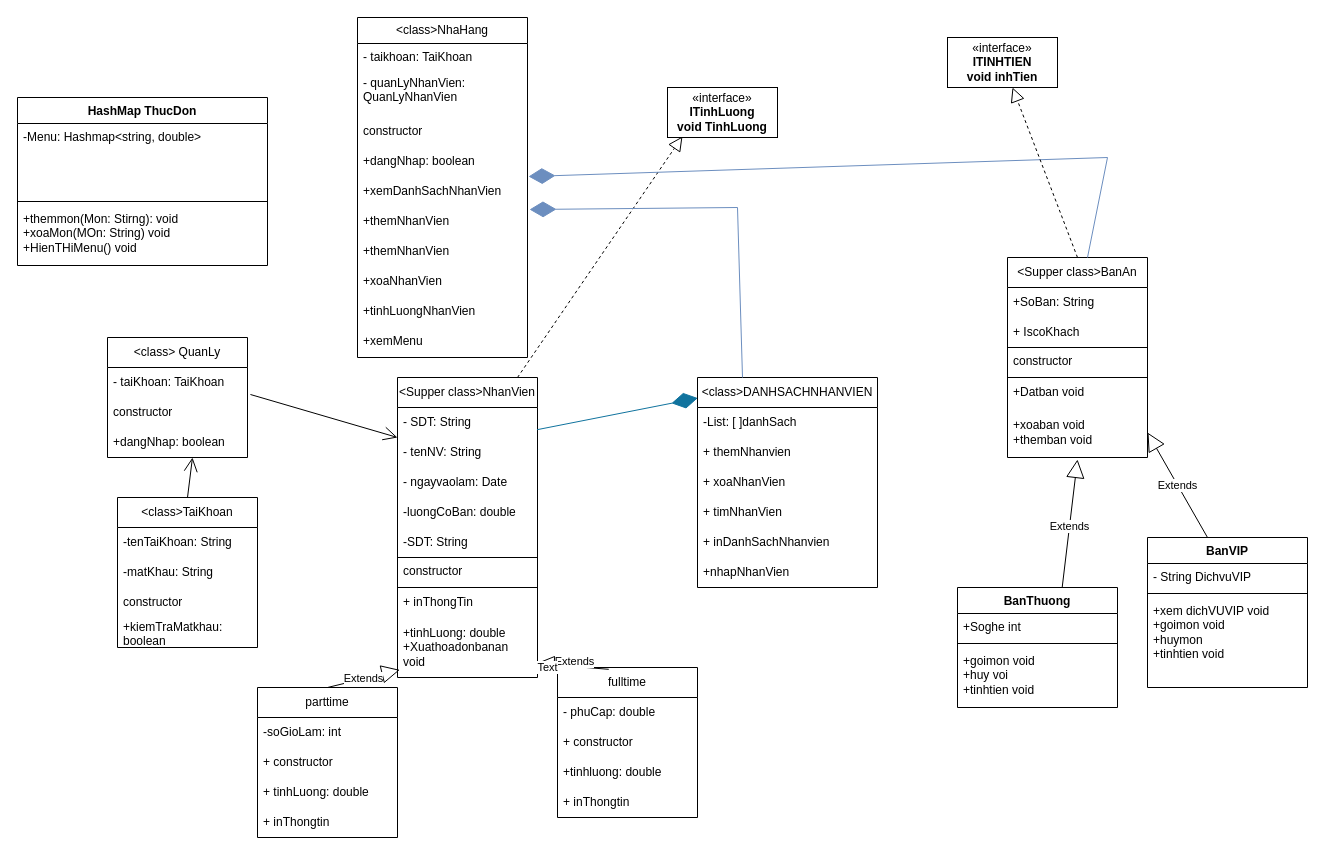
Earlier version of the draw.io diagram Biểu đồ không có tiêu đề.drawio (NguyenMTue/Team_4). Source tidied: cells renumbered, new cells numbered last; positions are measured from the earlier drawing's top-left corner, leaving out a move shared by most shapes. Both pictures are drawn from the tidied source at 100%, with x=0, y=0 at pixel (17, 17).
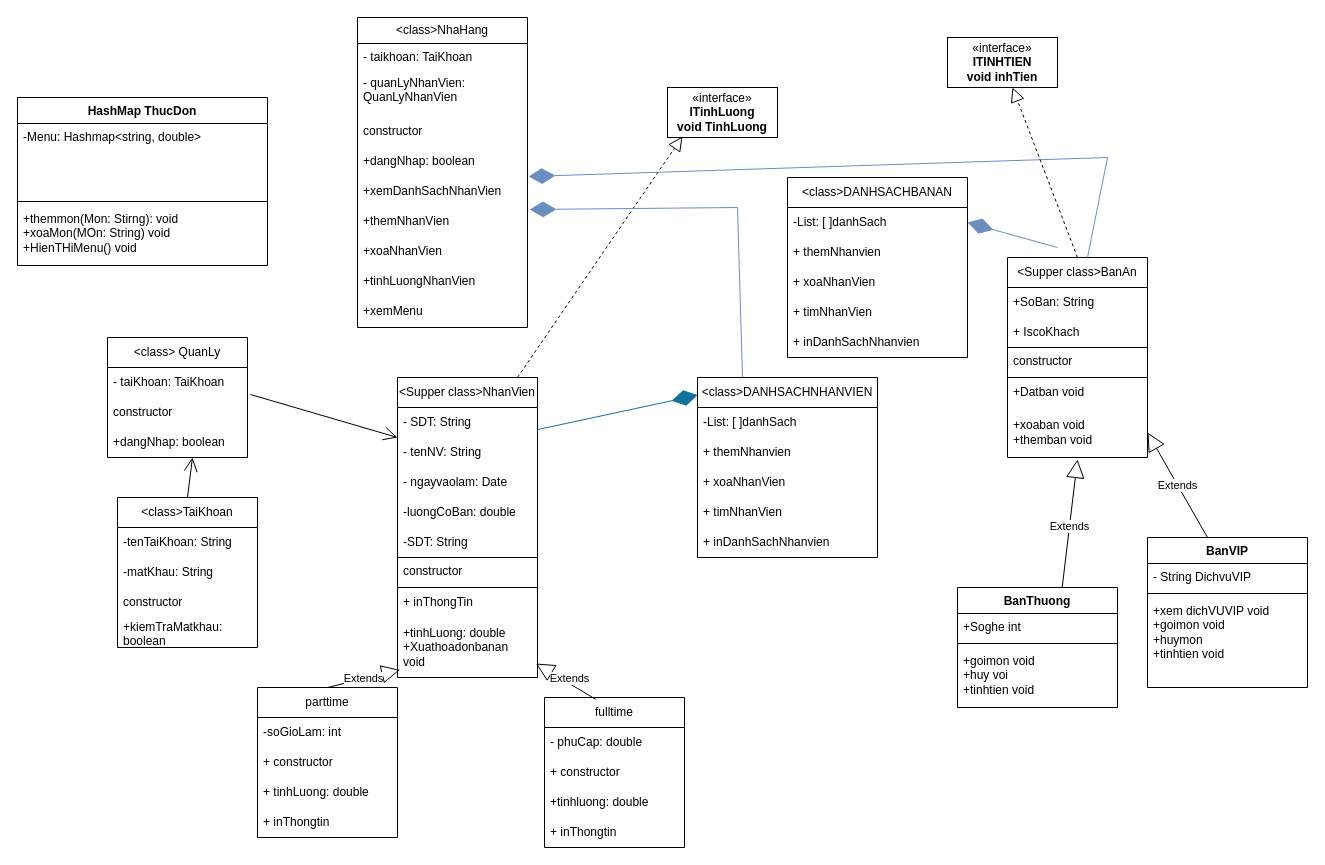
The same page after the edit.

Commit message:
Cập nhật Biểu đồ không có tiêu đề.drawio

The change refers to these unchanged cells:
```xml
<mxCell id="2" style="group;" parent="1" vertex="1">
  <mxGeometry x="90" width="770" height="820" as="geometry" />
</mxCell>
<mxCell id="41" value="Extends" style="endArrow=block;endSize=16;endFill=0;html=1;rounded=0;exitX=0.366;exitY=0.012;exitDx=0;exitDy=0;exitPerimeter=0;entryX=0.989;entryY=0.767;entryDx=0;entryDy=0;entryPerimeter=0;" parent="2" edge="1" source="18" target="12">
  <mxGeometry x="-0.05" y="-5" relative="1" as="geometry" />
</mxCell>
```

Change to the diagram source:
```diff
@@
     <mxCell id="18" value="fulltime" style="swimlane;fontStyle=0;horizontal=1;startSize=30;whiteSpace=wrap;html=1;" parent="2" vertex="1">
-      <mxGeometry x="450" y="650" width="140" height="150" as="geometry" />
+      <mxGeometry x="437" y="680" width="140" height="150" as="geometry" />
     </mxCell>
@@
     <mxCell id="23" value="&amp;lt;class&amp;gt;DANHSACHNHANVIEN" style="swimlane;fontStyle=0;horizontal=1;startSize=30;whiteSpace=wrap;html=1;" parent="2" vertex="1">
-      <mxGeometry x="590" y="360" width="180" height="210" as="geometry" />
+      <mxGeometry x="590" y="360" width="180" height="180" as="geometry" />
     </mxCell>
@@
-    <mxCell id="29" value="+nhapNhanVien" style="text;strokeColor=none;fillColor=none;align=left;verticalAlign=middle;spacingLeft=4;spacingRight=4;overflow=hidden;whiteSpace=wrap;html=1;" parent="23" vertex="1">
-      <mxGeometry y="180" width="180" height="30" as="geometry" />
-    </mxCell>
@@
-    <mxCell id="42" value="Text" style="edgeLabel;html=1;align=center;verticalAlign=middle;" parent="41" vertex="1">
-      <mxGeometry x="0.71" y="3" relative="1" as="geometry" />
-    </mxCell>
     <mxCell id="43" value="&amp;lt;class&amp;gt;NhaHang" style="swimlane;fontStyle=0;horizontal=1;startSize=26;fillColor=none;whiteSpace=wrap;html=1;" parent="2" vertex="1">
-      <mxGeometry x="250" width="170" height="340" as="geometry" />
+      <mxGeometry x="250" width="170" height="310" as="geometry" />
     </mxCell>
@@
-    <mxCell id="50" value="+themNhanVien" style="text;strokeColor=none;fillColor=none;align=left;verticalAlign=top;spacingLeft=4;spacingRight=4;overflow=hidden;whiteSpace=wrap;html=1;" parent="43" vertex="1">
-      <mxGeometry y="220" width="170" height="30" as="geometry" />
-    </mxCell>
     <mxCell id="51" value="+xoaNhanVien" style="text;strokeColor=none;fillColor=none;align=left;verticalAlign=top;spacingLeft=4;spacingRight=4;overflow=hidden;whiteSpace=wrap;html=1;" parent="43" vertex="1">
-      <mxGeometry y="250" width="170" height="30" as="geometry" />
+      <mxGeometry y="220" width="170" height="30" as="geometry" />
     </mxCell>
     <mxCell id="52" value="+tinhLuongNhanVien" style="text;strokeColor=none;fillColor=none;align=left;verticalAlign=top;spacingLeft=4;spacingRight=4;overflow=hidden;whiteSpace=wrap;html=1;" parent="43" vertex="1">
-      <mxGeometry y="280" width="170" height="30" as="geometry" />
+      <mxGeometry y="250" width="170" height="30" as="geometry" />
     </mxCell>
     <mxCell id="53" value="+xemMenu" style="text;strokeColor=none;fillColor=none;align=left;verticalAlign=top;spacingLeft=4;spacingRight=4;overflow=hidden;whiteSpace=wrap;html=1;" parent="43" vertex="1">
-      <mxGeometry y="310" width="170" height="30" as="geometry" />
+      <mxGeometry y="280" width="170" height="30" as="geometry" />
     </mxCell>
@@
+    <mxCell id="81" value="&amp;lt;class&amp;gt;DANHSACHBANAN" style="swimlane;fontStyle=0;horizontal=1;startSize=30;whiteSpace=wrap;html=1;" parent="1" vertex="1">
+      <mxGeometry x="770" y="160" width="180" height="180" as="geometry" />
+    </mxCell>
+    <mxCell id="82" value="-List: [ ]danhSach" style="text;strokeColor=none;fillColor=none;align=left;verticalAlign=middle;spacingLeft=4;spacingRight=4;overflow=hidden;points=[[0,0.5],[1,0.5]];portConstraint=eastwest;whiteSpace=wrap;html=1;" parent="81" vertex="1">
+      <mxGeometry y="30" width="180" height="30" as="geometry" />
+    </mxCell>
+    <mxCell id="83" value="+ themNhanvien" style="text;strokeColor=none;fillColor=none;align=left;verticalAlign=middle;spacingLeft=4;spacingRight=4;overflow=hidden;whiteSpace=wrap;html=1;" parent="81" vertex="1">
+      <mxGeometry y="60" width="180" height="30" as="geometry" />
+    </mxCell>
+    <mxCell id="84" value="+ xoaNhanVien&lt;span style=&quot;white-space: pre;&quot;&gt;&#9;&lt;/span&gt;" style="text;strokeColor=none;fillColor=none;align=left;verticalAlign=middle;spacingLeft=4;spacingRight=4;overflow=hidden;whiteSpace=wrap;html=1;" parent="81" vertex="1">
+      <mxGeometry y="90" width="180" height="30" as="geometry" />
+    </mxCell>
+    <mxCell id="85" value="+ timNhanVien" style="text;strokeColor=none;fillColor=none;align=left;verticalAlign=middle;spacingLeft=4;spacingRight=4;overflow=hidden;whiteSpace=wrap;html=1;" parent="81" vertex="1">
+      <mxGeometry y="120" width="180" height="30" as="geometry" />
+    </mxCell>
+    <mxCell id="86" value="+ inDanhSachNhanvien" style="text;strokeColor=none;fillColor=none;align=left;verticalAlign=middle;spacingLeft=4;spacingRight=4;overflow=hidden;whiteSpace=wrap;html=1;" parent="81" vertex="1">
+      <mxGeometry y="150" width="180" height="30" as="geometry" />
+    </mxCell>
+    <mxCell id="87" style="endArrow=diamondThin;endFill=1;endSize=24;html=1;rounded=0;entryX=1;entryY=0.5;entryDx=0;entryDy=0;fillColor=#dae8fc;strokeColor=#6c8ebf;" parent="1" edge="1" target="82">
+      <mxGeometry relative="1" as="geometry">
+        <mxPoint x="1040" y="230" as="sourcePoint" />
+      </mxGeometry>
+    </mxCell>
```
